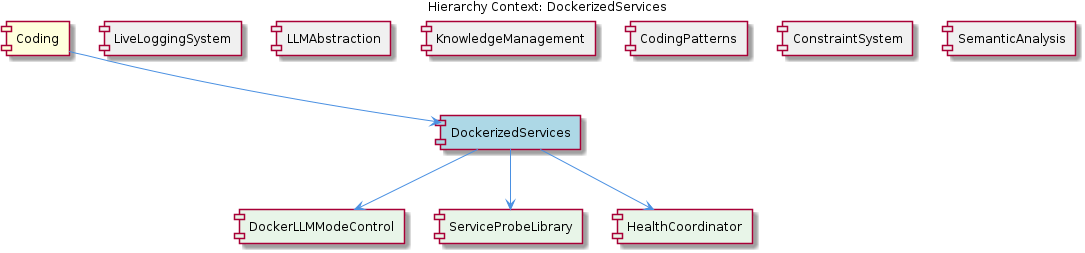
Before: knowledge-management/insights/images/dockerized-services-relationship.png, a diagram exported from PlantUML (fwornle/coding). Its source is kept beside it as .data/knowledge-graph/insights/puml/dockerized-services-relationship.puml. Its diagram source:
```plantuml
@startuml
!include _standard-style.puml

title Hierarchy Context: DockerizedServices

[Coding] as coding #FFFFDD
[DockerizedServices] as dockerized_services #LightBlue
[LiveLoggingSystem] as live_logging_system #F0F0F0
[LLMAbstraction] as llmabstraction #F0F0F0
[KnowledgeManagement] as knowledge_management #F0F0F0
[CodingPatterns] as coding_patterns #F0F0F0
[ConstraintSystem] as constraint_system #F0F0F0
[SemanticAnalysis] as semantic_analysis #F0F0F0
[DockerLLMModeControl] as docker_llmmode_control #E8F5E8
[ServiceProbeLibrary] as service_probe_library #E8F5E8
[HealthCoordinator] as health_coordinator #E8F5E8

coding --> dockerized_services
live_logging_system -[hidden]- dockerized_services
llmabstraction -[hidden]- dockerized_services
knowledge_management -[hidden]- dockerized_services
coding_patterns -[hidden]- dockerized_services
constraint_system -[hidden]- dockerized_services
semantic_analysis -[hidden]- dockerized_services
dockerized_services --> docker_llmmode_control
dockerized_services --> service_probe_library
dockerized_services --> health_coordinator

@enduml
```
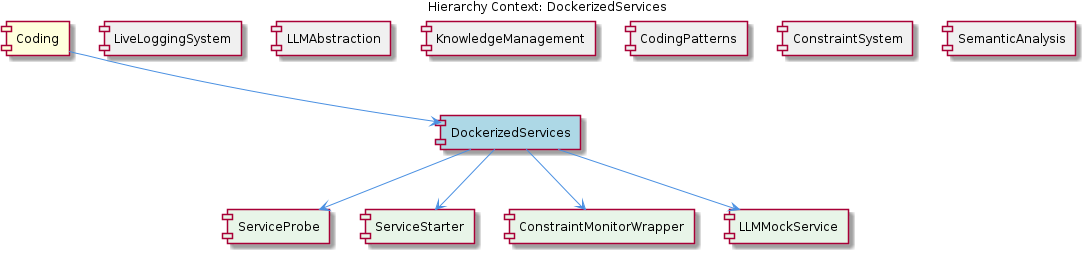
Later version of the same file.

What changed in the source:
```diff
@@ -11,9 +11,10 @@
 [CodingPatterns] as coding_patterns #F0F0F0
 [ConstraintSystem] as constraint_system #F0F0F0
 [SemanticAnalysis] as semantic_analysis #F0F0F0
-[DockerLLMModeControl] as docker_llmmode_control #E8F5E8
-[ServiceProbeLibrary] as service_probe_library #E8F5E8
-[HealthCoordinator] as health_coordinator #E8F5E8
+[ServiceProbe] as service_probe #E8F5E8
+[ServiceStarter] as service_starter #E8F5E8
+[ConstraintMonitorWrapper] as constraint_monitor_wrapper #E8F5E8
+[LLMMockService] as llmmock_service #E8F5E8
 
 coding --> dockerized_services
 live_logging_system -[hidden]- dockerized_services
@@ -22,8 +23,9 @@
 coding_patterns -[hidden]- dockerized_services
 constraint_system -[hidden]- dockerized_services
 semantic_analysis -[hidden]- dockerized_services
-dockerized_services --> docker_llmmode_control
-dockerized_services --> service_probe_library
-dockerized_services --> health_coordinator
+dockerized_services --> service_probe
+dockerized_services --> service_starter
+dockerized_services --> constraint_monitor_wrapper
+dockerized_services --> llmmock_service
 
 @enduml
```
